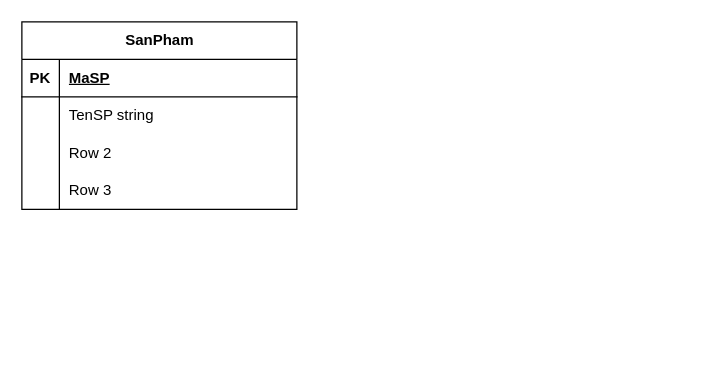
Before: Untitled Diagram.drawio in Duc3m/Database-Graph, a draw.io diagram. Source tidied: cells renumbered, new cells numbered last; positions are measured from the earlier drawing's top-left corner, leaving out a move shared by most shapes. Both pictures are drawn from the tidied source at 125%, with x=0, y=0 at pixel (21, 21).
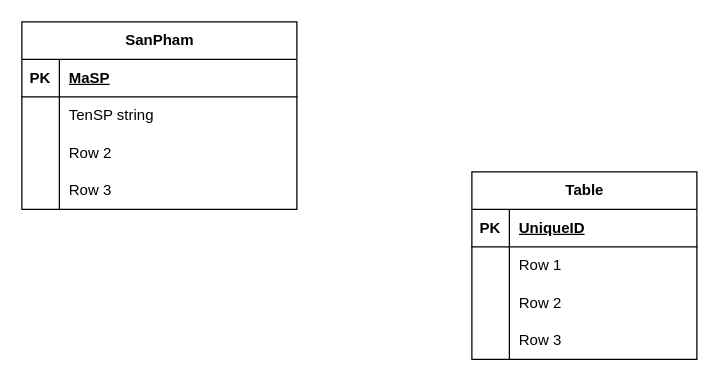
The same page after the edit.

The edit, as a diff of the source:
```diff
@@
+    <mxCell id="15" value="Table" style="shape=table;startSize=30;childLayout=tableLayout;rowLines=0;fontStyle=1;align=center;html=1;" parent="1" vertex="1">
+      <mxGeometry x="360" y="120" width="180" height="150" as="geometry" />
+    </mxCell>
+    <mxCell id="16" style="shape=tableRow;horizontal=0;startSize=0;swimlaneHead=0;swimlaneBody=0;fillColor=none;top=0;left=0;right=0;bottom=1;" parent="15" vertex="1">
+      <mxGeometry y="30" width="180" height="30" as="geometry" />
+    </mxCell>
+    <mxCell id="17" value="PK" style="shape=partialRectangle;fillColor=none;top=0;left=0;bottom=0;right=0;fontStyle=1;overflow=hidden;whiteSpace=wrap;html=1;" parent="16" vertex="1">
+      <mxGeometry width="30" height="30" as="geometry" />
+    </mxCell>
+    <mxCell id="18" value="UniqueID" style="shape=partialRectangle;fillColor=none;top=0;left=0;bottom=0;right=0;align=left;spacingLeft=6;fontStyle=5;overflow=hidden;whiteSpace=wrap;html=1;" parent="16" vertex="1">
+      <mxGeometry x="30" width="150" height="30" as="geometry" />
+    </mxCell>
+    <mxCell id="19" style="shape=tableRow;horizontal=0;startSize=0;swimlaneHead=0;swimlaneBody=0;fillColor=none;top=0;left=0;right=0;bottom=0;" parent="15" vertex="1">
+      <mxGeometry y="60" width="180" height="30" as="geometry" />
+    </mxCell>
+    <mxCell id="20" style="shape=partialRectangle;fillColor=none;top=0;left=0;bottom=0;right=0;overflow=hidden;whiteSpace=wrap;html=1;" parent="19" vertex="1">
+      <mxGeometry width="30" height="30" as="geometry" />
+    </mxCell>
+    <mxCell id="21" value="Row 1" style="shape=partialRectangle;fillColor=none;top=0;left=0;bottom=0;right=0;align=left;spacingLeft=6;overflow=hidden;whiteSpace=wrap;html=1;" parent="19" vertex="1">
+      <mxGeometry x="30" width="150" height="30" as="geometry" />
+    </mxCell>
+    <mxCell id="22" style="shape=tableRow;horizontal=0;startSize=0;swimlaneHead=0;swimlaneBody=0;fillColor=none;top=0;left=0;right=0;bottom=0;" parent="15" vertex="1">
+      <mxGeometry y="90" width="180" height="30" as="geometry" />
+    </mxCell>
+    <mxCell id="23" style="shape=partialRectangle;fillColor=none;top=0;left=0;bottom=0;right=0;overflow=hidden;whiteSpace=wrap;html=1;" parent="22" vertex="1">
+      <mxGeometry width="30" height="30" as="geometry" />
+    </mxCell>
+    <mxCell id="24" value="Row 2" style="shape=partialRectangle;fillColor=none;top=0;left=0;bottom=0;right=0;align=left;spacingLeft=6;overflow=hidden;whiteSpace=wrap;html=1;" parent="22" vertex="1">
+      <mxGeometry x="30" width="150" height="30" as="geometry" />
+    </mxCell>
+    <mxCell id="25" style="shape=tableRow;horizontal=0;startSize=0;swimlaneHead=0;swimlaneBody=0;fillColor=none;top=0;left=0;right=0;bottom=0;" parent="15" vertex="1">
+      <mxGeometry y="120" width="180" height="30" as="geometry" />
+    </mxCell>
+    <mxCell id="26" style="shape=partialRectangle;fillColor=none;top=0;left=0;bottom=0;right=0;overflow=hidden;whiteSpace=wrap;html=1;" parent="25" vertex="1">
+      <mxGeometry width="30" height="30" as="geometry" />
+    </mxCell>
+    <mxCell id="27" value="Row 3" style="shape=partialRectangle;fillColor=none;top=0;left=0;bottom=0;right=0;align=left;spacingLeft=6;overflow=hidden;whiteSpace=wrap;html=1;" parent="25" vertex="1">
+      <mxGeometry x="30" width="150" height="30" as="geometry" />
+    </mxCell>
```
